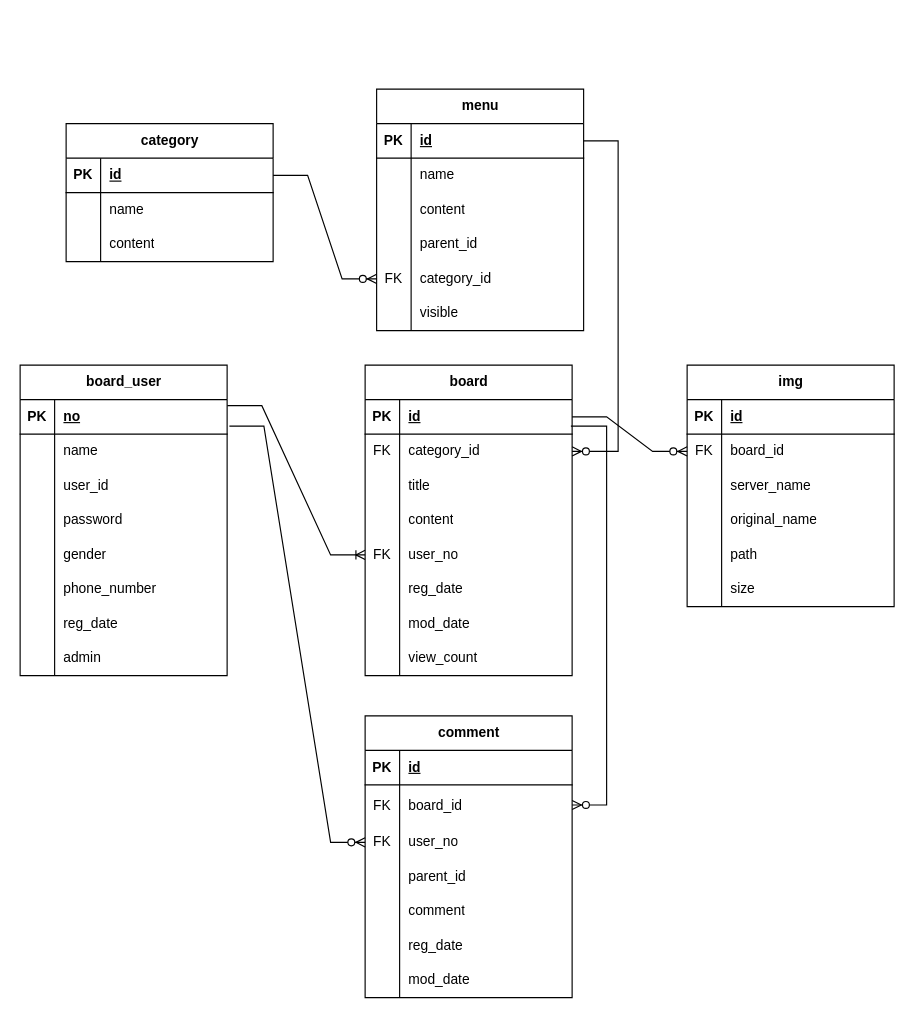
The draw.io diagram board2.drawio in currychoco/loginboard2, before the edit. Source tidied: cells renumbered, new cells numbered last; positions are measured from the earlier drawing's top-left corner, leaving out a move shared by most shapes. Both pictures are drawn from the tidied source at 115%, with x=0, y=0 at pixel (20, 89).
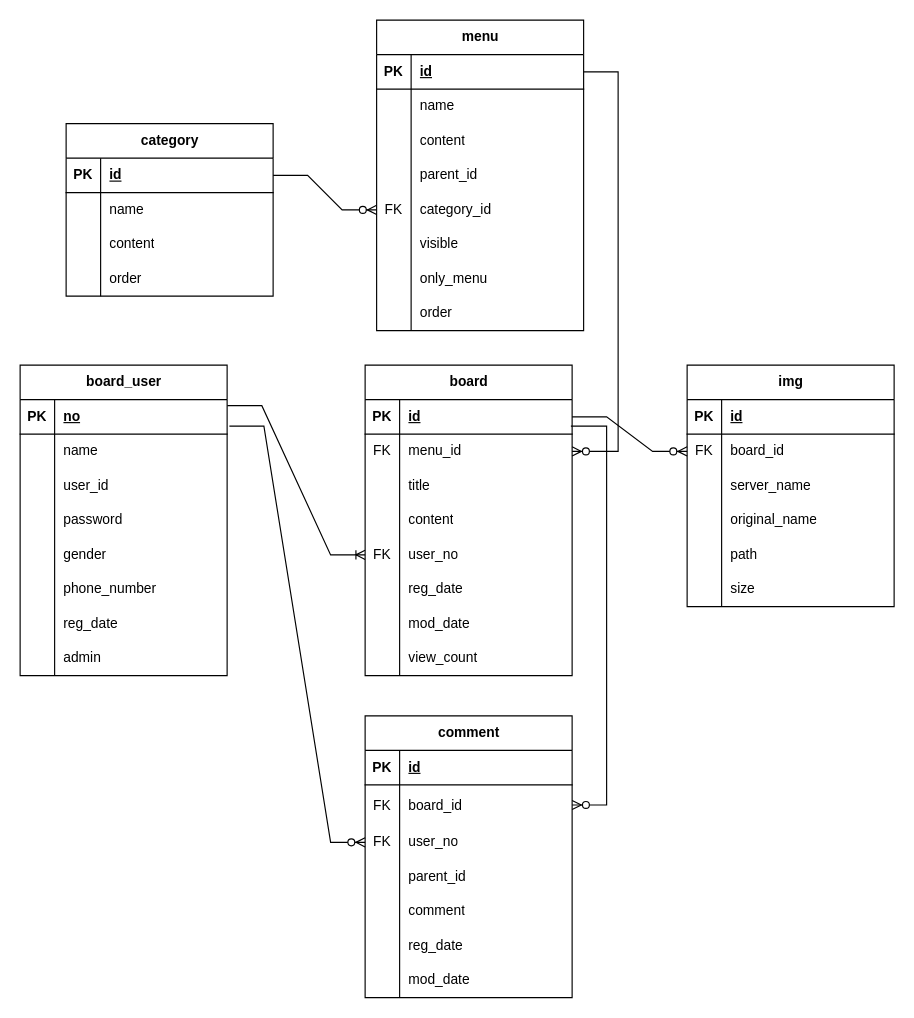
After the change.

The change refers to these unchanged cells:
```xml
<mxCell id="31" style="shape=tableRow;horizontal=0;startSize=0;swimlaneHead=0;swimlaneBody=0;fillColor=none;points=[[0,0.5],[1,0.5]];portConstraint=eastwest;top=0;left=0;right=0;bottom=0;" parent="27" vertex="1">
  <mxGeometry y="60" width="180" height="30" as="geometry" />
</mxCell>
```

The edit, as a diff of the source:
```diff
@@
-    <mxCell id="33" value="category_id" style="shape=partialRectangle;fillColor=none;top=0;left=0;bottom=0;right=0;align=left;spacingLeft=6;overflow=hidden;whiteSpace=wrap;html=1;" parent="31" vertex="1">
+    <mxCell id="33" value="menu_id" style="shape=partialRectangle;fillColor=none;top=0;left=0;bottom=0;right=0;align=left;spacingLeft=6;overflow=hidden;whiteSpace=wrap;html=1;" parent="31" vertex="1">
       <mxGeometry x="30" width="150" height="30" as="geometry" />
     </mxCell>
@@
     <mxCell id="97" value="menu" style="shape=table;startSize=30;childLayout=tableLayout;rowLines=0;fontStyle=1;align=center;html=1;" parent="1" vertex="1">
-      <mxGeometry x="310" width="180" height="210" as="geometry" />
+      <mxGeometry x="310" y="-60" width="180" height="270" as="geometry" />
     </mxCell>
@@
+    <mxCell id="128" style="shape=tableRow;horizontal=0;startSize=0;swimlaneHead=0;swimlaneBody=0;fillColor=none;top=0;left=0;right=0;bottom=0;" parent="97" vertex="1">
+      <mxGeometry y="210" width="180" height="30" as="geometry" />
+    </mxCell>
+    <mxCell id="129" style="shape=partialRectangle;fillColor=none;top=0;left=0;bottom=0;right=0;overflow=hidden;whiteSpace=wrap;html=1;" parent="128" vertex="1">
+      <mxGeometry width="30" height="30" as="geometry" />
+    </mxCell>
+    <mxCell id="130" value="only_menu" style="shape=partialRectangle;fillColor=none;top=0;left=0;bottom=0;right=0;align=left;spacingLeft=6;overflow=hidden;whiteSpace=wrap;html=1;" parent="128" vertex="1">
+      <mxGeometry x="30" width="150" height="30" as="geometry" />
+    </mxCell>
+    <mxCell id="131" style="shape=tableRow;horizontal=0;startSize=0;swimlaneHead=0;swimlaneBody=0;fillColor=none;top=0;left=0;right=0;bottom=0;" parent="97" vertex="1">
+      <mxGeometry y="240" width="180" height="30" as="geometry" />
+    </mxCell>
+    <mxCell id="132" style="shape=partialRectangle;fillColor=none;top=0;left=0;bottom=0;right=0;overflow=hidden;whiteSpace=wrap;html=1;" parent="131" vertex="1">
+      <mxGeometry width="30" height="30" as="geometry" />
+    </mxCell>
+    <mxCell id="133" value="order" style="shape=partialRectangle;fillColor=none;top=0;left=0;bottom=0;right=0;align=left;spacingLeft=6;overflow=hidden;whiteSpace=wrap;html=1;" parent="131" vertex="1">
+      <mxGeometry x="30" width="150" height="30" as="geometry" />
+    </mxCell>
@@
     <mxCell id="117" value="category" style="shape=table;startSize=30;childLayout=tableLayout;rowLines=0;fontStyle=1;align=center;html=1;" parent="1" vertex="1">
-      <mxGeometry x="40" y="30" width="180" height="120" as="geometry" />
+      <mxGeometry x="40" y="30" width="180" height="150" as="geometry" />
     </mxCell>
@@
+    <mxCell id="134" style="shape=tableRow;horizontal=0;startSize=0;swimlaneHead=0;swimlaneBody=0;fillColor=none;top=0;left=0;right=0;bottom=0;" parent="117" vertex="1">
+      <mxGeometry y="120" width="180" height="30" as="geometry" />
+    </mxCell>
+    <mxCell id="135" style="shape=partialRectangle;fillColor=none;top=0;left=0;bottom=0;right=0;overflow=hidden;whiteSpace=wrap;html=1;" parent="134" vertex="1">
+      <mxGeometry width="30" height="30" as="geometry" />
+    </mxCell>
+    <mxCell id="136" value="order" style="shape=partialRectangle;fillColor=none;top=0;left=0;bottom=0;right=0;align=left;spacingLeft=6;overflow=hidden;whiteSpace=wrap;html=1;" parent="134" vertex="1">
+      <mxGeometry x="30" width="150" height="30" as="geometry" />
+    </mxCell>
```
